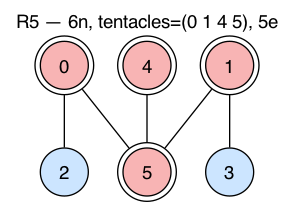
Above: elecnet-drawings/R5.png in lamestllama/hrg-racket (Graphviz), before the change. Its source is kept beside it as elecnet-drawings/R5.dot.
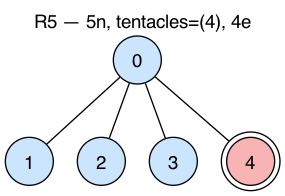
The same diagram one commit later.

The edit, as a diff of the source:
```diff
@@ -1,17 +1,15 @@
 graph rule {
-  label="R5 — 6n, tentacles=(0 1 4 5), 5e";
+  label="R5 — 5n, tentacles=(4), 4e";
   labelloc=t;
   fontname=Helvetica;
   node [fontname=Helvetica];
-  n0 [label="0", style=filled, fillcolor="#f8b4b4", shape=doublecircle];
-  n1 [label="1", style=filled, fillcolor="#f8b4b4", shape=doublecircle];
+  n0 [label="0", style=filled, fillcolor="#cce5ff", shape=circle];
+  n1 [label="1", style=filled, fillcolor="#cce5ff", shape=circle];
   n2 [label="2", style=filled, fillcolor="#cce5ff", shape=circle];
   n3 [label="3", style=filled, fillcolor="#cce5ff", shape=circle];
   n4 [label="4", style=filled, fillcolor="#f8b4b4", shape=doublecircle];
-  n5 [label="5", style=filled, fillcolor="#f8b4b4", shape=doublecircle];
+  n0 -- n1;
   n0 -- n2;
-  n0 -- n5;
-  n1 -- n3;
-  n1 -- n5;
-  n4 -- n5;
+  n0 -- n3;
+  n0 -- n4;
 }
```
